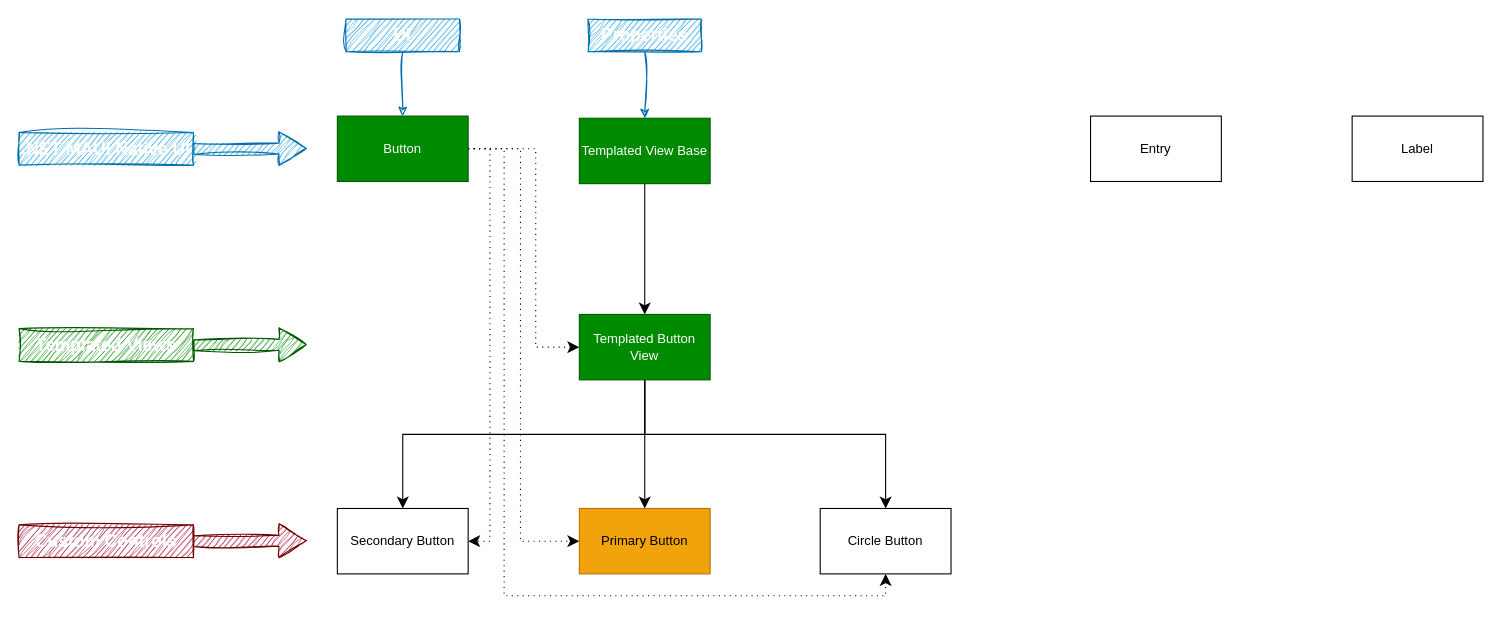
mohielamin/SLO.MobileApp keeps this draw.io diagram as page "High-Level Design" (1 of 3) of docs/designs/Controls/SLO.MobileApp.Controls.drawio. Above is the earlier version. Source tidied: cells renumbered, new cells numbered last; positions are measured from the earlier drawing's top-left corner, leaving out a move shared by most shapes. Both pictures are drawn from the tidied source at 109%, with x=0, y=0 at pixel (19, 19).
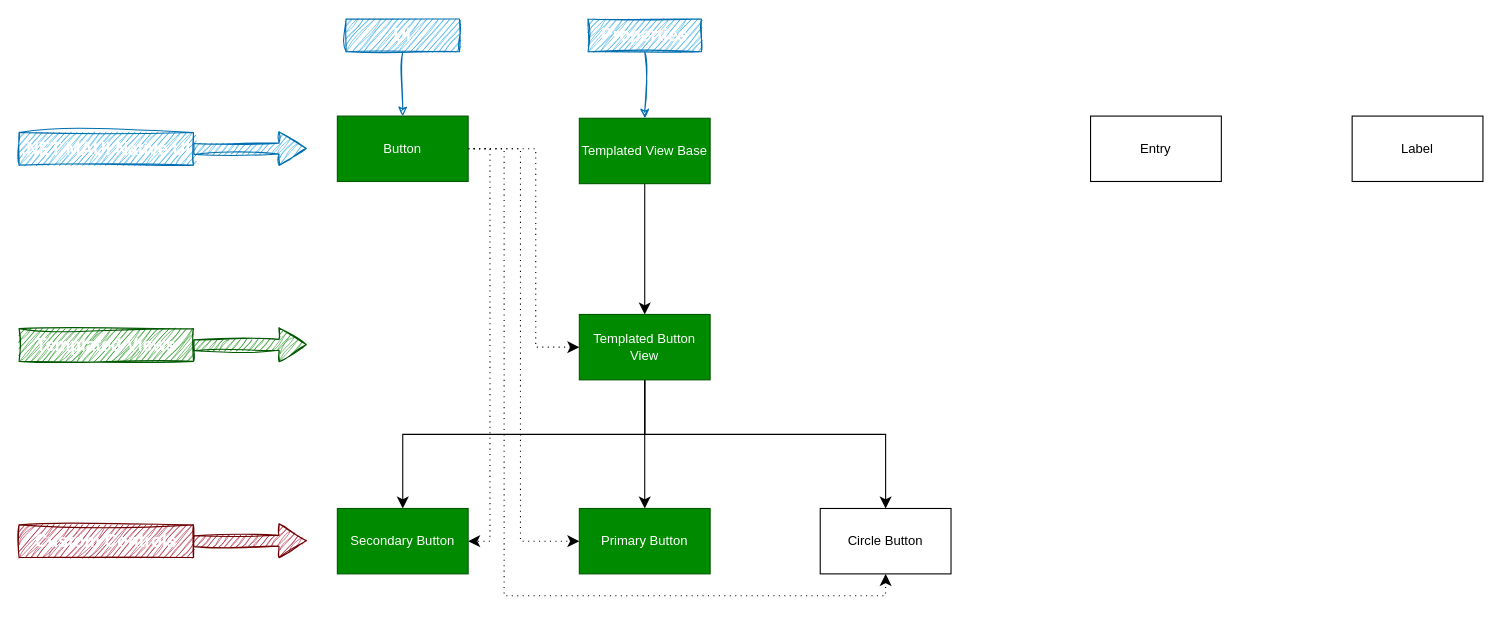
After the change.

Commit message (it also covers changes not shown here):
CONTROLS: Create Seconray Button Control

Diff of the diagram source:
```diff
@@
-    <mxCell id="12" value="Primary Button" style="rounded=0;whiteSpace=wrap;html=1;fillColor=#f0a30a;fontColor=#000000;strokeColor=#BD7000;" parent="1" vertex="1">
+    <mxCell id="12" value="Primary Button" style="rounded=0;whiteSpace=wrap;html=1;fillColor=#008a00;fontColor=#ffffff;strokeColor=#005700;" parent="1" vertex="1">
       <mxGeometry x="514" y="449" width="120" height="60" as="geometry" />
     </mxCell>
@@
-    <mxCell id="17" value="Secondary Button" style="rounded=0;whiteSpace=wrap;html=1;" parent="1" vertex="1">
+    <mxCell id="17" value="Secondary Button" style="rounded=0;whiteSpace=wrap;html=1;fillColor=#008a00;fontColor=#ffffff;strokeColor=#005700;" parent="1" vertex="1">
       <mxGeometry x="292" y="449" width="120" height="60" as="geometry" />
     </mxCell>
```
